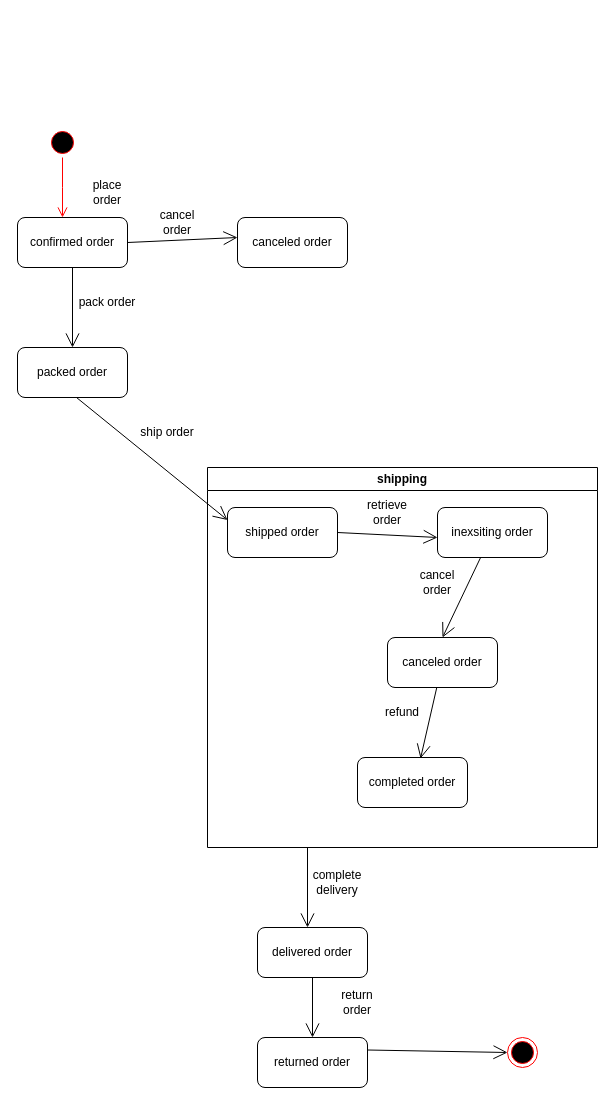
The draw.io diagram finals-state-diagram.drawio in natasha-kiara/use-case-diagrams, before the edit. Source tidied: cells renumbered, new cells numbered last; positions are measured from the earlier drawing's top-left corner, leaving out a move shared by most shapes. Both pictures are drawn from the tidied source at 100%, with x=0, y=0 at pixel (17, 127).
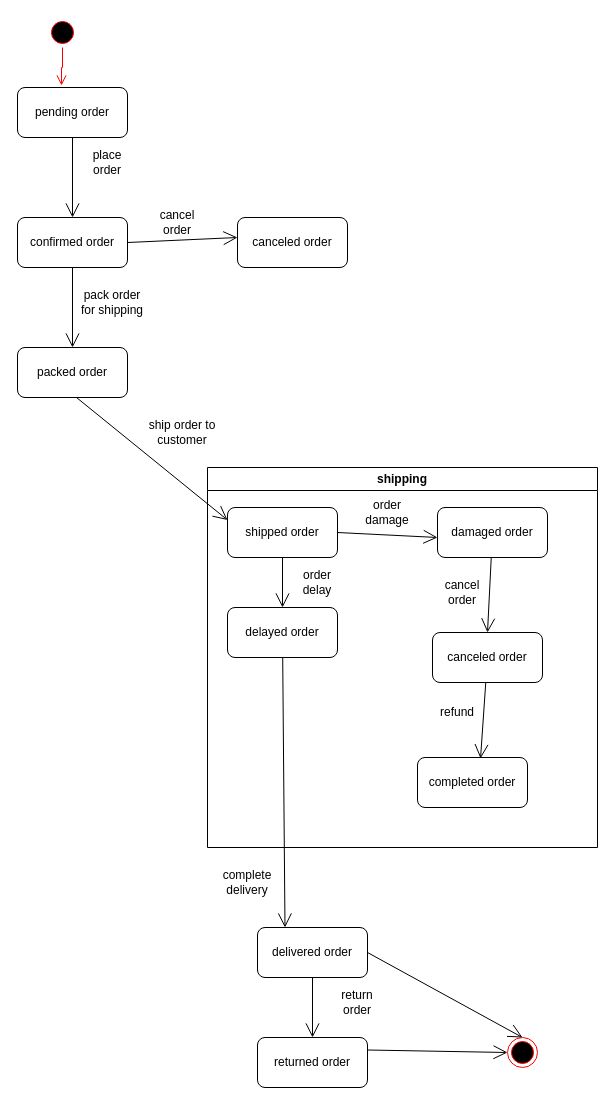
The same page after the edit.

Unchanged cells that the change refers to:
```xml
<mxCell id="4" style="ellipse;html=1;shape=endState;fillColor=#000000;strokeColor=#ff0000;" parent="1" vertex="1">
  <mxGeometry x="490" y="910" width="30" height="30" as="geometry" />
</mxCell>
<mxCell id="5" value="confirmed order" style="html=1;whiteSpace=wrap;rounded=1;" parent="1" vertex="1">
  <mxGeometry y="90" width="110" height="50" as="geometry" />
</mxCell>
<mxCell id="14" value="delivered order" style="html=1;whiteSpace=wrap;rounded=1;" parent="1" vertex="1">
  <mxGeometry x="240" y="800" width="110" height="50" as="geometry" />
</mxCell>
<mxCell id="21" value="shipping" style="swimlane;whiteSpace=wrap;html=1;" parent="1" vertex="1">
  <mxGeometry x="190" y="340" width="390" height="380" as="geometry" />
</mxCell>
<mxCell id="22" value="shipped order" style="html=1;whiteSpace=wrap;rounded=1;" parent="21" vertex="1">
  <mxGeometry x="20" y="40" width="110" height="50" as="geometry" />
</mxCell>
```

Diff of the diagram source:
```diff
@@
     <mxCell id="2" style="ellipse;html=1;shape=startState;fillColor=#000000;strokeColor=#ff0000;" parent="1" vertex="1">
-      <mxGeometry x="30" width="30" height="30" as="geometry" />
+      <mxGeometry x="30" y="-110" width="30" height="30" as="geometry" />
     </mxCell>
-    <mxCell id="3" style="edgeStyle=orthogonalEdgeStyle;html=1;verticalAlign=bottom;endArrow=open;endSize=8;strokeColor=#ff0000;rounded=0;" parent="1" edge="1" source="2">
-      <mxGeometry relative="1" as="geometry">
-        <mxPoint x="45" y="90" as="targetPoint" />
-      </mxGeometry>
+    <mxCell id="3" style="edgeStyle=orthogonalEdgeStyle;html=1;verticalAlign=bottom;endArrow=open;endSize=8;strokeColor=#ff0000;rounded=0;entryX=0.4;entryY=-0.04;entryDx=0;entryDy=0;entryPerimeter=0;" parent="1" edge="1" source="2" target="36">
+      <mxGeometry relative="1" as="geometry" />
     </mxCell>
@@
     <mxCell id="7" value="place order" style="text;html=1;align=center;verticalAlign=middle;whiteSpace=wrap;rounded=0;" parent="1" vertex="1">
-      <mxGeometry x="60" y="50" width="60" height="30" as="geometry" />
+      <mxGeometry x="60" y="20" width="60" height="30" as="geometry" />
     </mxCell>
-    <mxCell id="8" value="pack order" style="text;html=1;align=center;verticalAlign=middle;whiteSpace=wrap;rounded=0;" parent="1" vertex="1">
-      <mxGeometry x="60" y="160" width="60" height="30" as="geometry" />
+    <mxCell id="8" value="pack order for shipping" style="text;html=1;align=center;verticalAlign=middle;whiteSpace=wrap;rounded=0;" parent="1" vertex="1">
+      <mxGeometry x="60" y="160" width="70" height="30" as="geometry" />
     </mxCell>
@@
-    <mxCell id="11" value="ship order" style="text;html=1;align=center;verticalAlign=middle;whiteSpace=wrap;rounded=0;" parent="1" vertex="1">
-      <mxGeometry x="120" y="290" width="60" height="30" as="geometry" />
+    <mxCell id="11" value="ship order to customer" style="text;html=1;align=center;verticalAlign=middle;whiteSpace=wrap;rounded=0;" parent="1" vertex="1">
+      <mxGeometry x="120" y="290" width="90" height="30" as="geometry" />
     </mxCell>
     <mxCell id="12" value="complete delivery" style="text;html=1;align=center;verticalAlign=middle;whiteSpace=wrap;rounded=0;" parent="1" vertex="1">
-      <mxGeometry x="290" y="740" width="60" height="30" as="geometry" />
+      <mxGeometry x="200" y="740" width="60" height="30" as="geometry" />
     </mxCell>
-    <mxCell id="13" style="endArrow=open;endFill=1;endSize=12;html=1;rounded=0;exitX=0.5;exitY=1;exitDx=0;exitDy=0;" parent="1" edge="1">
-      <mxGeometry relative="1" as="geometry">
-        <mxPoint x="290" y="720" as="sourcePoint" />
-        <mxPoint x="290" y="800" as="targetPoint" />
-      </mxGeometry>
-    </mxCell>
@@
-    <mxCell id="24" value="retrieve order" style="text;html=1;align=center;verticalAlign=middle;whiteSpace=wrap;rounded=0;" parent="21" vertex="1">
+    <mxCell id="24" value="order damage" style="text;html=1;align=center;verticalAlign=middle;whiteSpace=wrap;rounded=0;" parent="21" vertex="1">
       <mxGeometry x="150" y="30" width="60" height="30" as="geometry" />
     </mxCell>
-    <mxCell id="25" value="inexsiting order" style="html=1;whiteSpace=wrap;rounded=1;" parent="21" vertex="1">
+    <mxCell id="25" value="damaged order" style="html=1;whiteSpace=wrap;rounded=1;" parent="21" vertex="1">
       <mxGeometry x="230" y="40" width="110" height="50" as="geometry" />
     </mxCell>
@@
     <mxCell id="27" value="canceled order" style="html=1;whiteSpace=wrap;rounded=1;" parent="21" vertex="1">
-      <mxGeometry x="180" y="170" width="110" height="50" as="geometry" />
+      <mxGeometry x="225" y="165" width="110" height="50" as="geometry" />
     </mxCell>
     <mxCell id="28" value="cancel order" style="text;html=1;align=center;verticalAlign=middle;whiteSpace=wrap;rounded=0;" parent="21" vertex="1">
-      <mxGeometry x="200" y="100" width="60" height="30" as="geometry" />
+      <mxGeometry x="225" y="110" width="60" height="30" as="geometry" />
     </mxCell>
@@
     <mxCell id="30" value="refund" style="text;html=1;align=center;verticalAlign=middle;whiteSpace=wrap;rounded=0;" parent="21" vertex="1">
-      <mxGeometry x="165" y="230" width="60" height="30" as="geometry" />
+      <mxGeometry x="220" y="230" width="60" height="30" as="geometry" />
     </mxCell>
     <mxCell id="31" value="completed order" style="html=1;whiteSpace=wrap;rounded=1;" parent="21" vertex="1">
-      <mxGeometry x="150" y="290" width="110" height="50" as="geometry" />
+      <mxGeometry x="210" y="290" width="110" height="50" as="geometry" />
     </mxCell>
+    <mxCell id="33" style="endArrow=open;endFill=1;endSize=12;html=1;rounded=0;exitX=0.5;exitY=1;exitDx=0;exitDy=0;entryX=0.5;entryY=0;entryDx=0;entryDy=0;" parent="21" edge="1" source="22" target="35">
+      <mxGeometry relative="1" as="geometry" />
+    </mxCell>
+    <mxCell id="34" value="order delay" style="text;html=1;align=center;verticalAlign=middle;whiteSpace=wrap;rounded=0;" parent="21" vertex="1">
+      <mxGeometry x="80" y="100" width="60" height="30" as="geometry" />
+    </mxCell>
+    <mxCell id="35" value="delayed order" style="html=1;whiteSpace=wrap;rounded=1;" parent="21" vertex="1">
+      <mxGeometry x="20" y="140" width="110" height="50" as="geometry" />
+    </mxCell>
@@
+    <mxCell id="36" value="pending order" style="html=1;whiteSpace=wrap;rounded=1;" parent="1" vertex="1">
+      <mxGeometry y="-40" width="110" height="50" as="geometry" />
+    </mxCell>
+    <mxCell id="37" style="endArrow=open;endFill=1;endSize=12;html=1;rounded=0;entryX=0.5;entryY=0;entryDx=0;entryDy=0;" parent="1" edge="1" source="36" target="5">
+      <mxGeometry relative="1" as="geometry" />
+    </mxCell>
+    <mxCell id="38" style="endArrow=open;endFill=1;endSize=12;html=1;rounded=0;entryX=0.25;entryY=0;entryDx=0;entryDy=0;" parent="1" edge="1" source="35" target="14">
+      <mxGeometry relative="1" as="geometry" />
+    </mxCell>
+    <mxCell id="39" style="endArrow=open;endFill=1;endSize=12;html=1;rounded=0;exitX=1;exitY=0.5;exitDx=0;exitDy=0;entryX=0.5;entryY=0;entryDx=0;entryDy=0;" parent="1" edge="1" source="14" target="4">
+      <mxGeometry relative="1" as="geometry" />
+    </mxCell>
```
